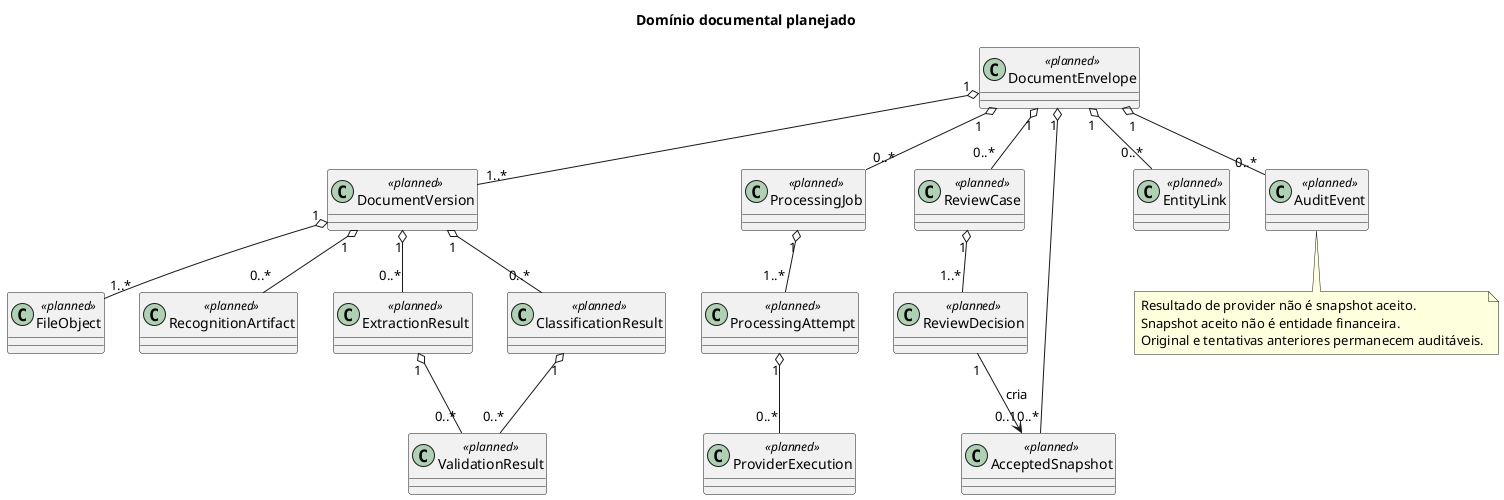
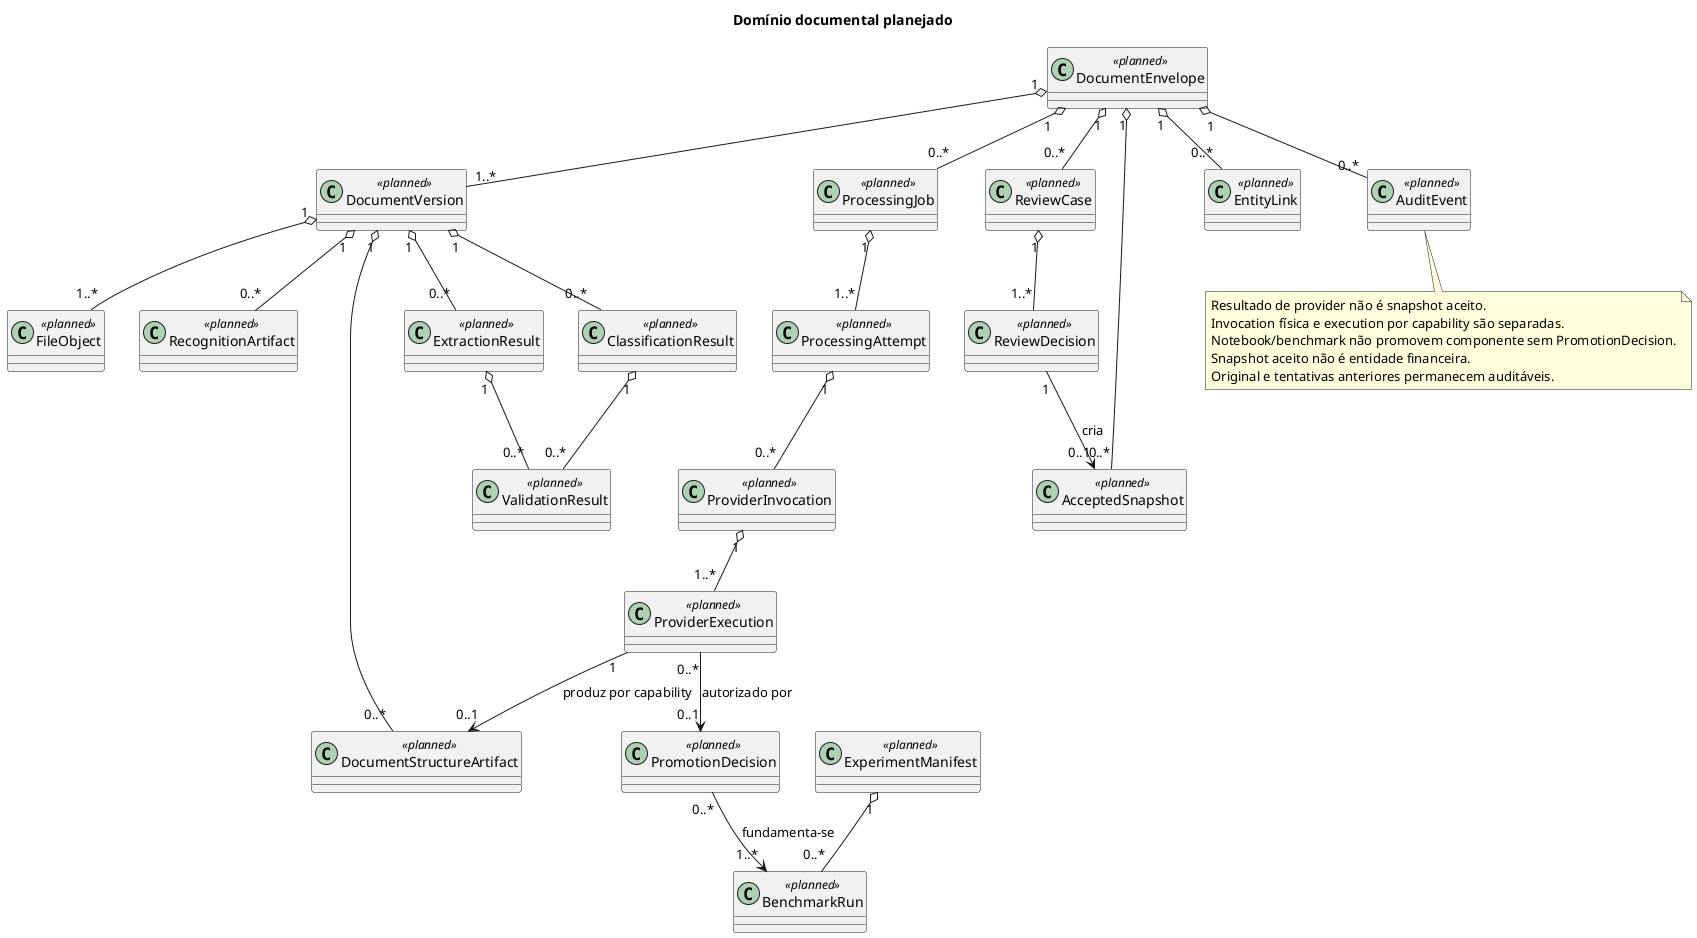
@startuml
- ' Issue #22
+ ' Issues #22, #73, #88 and #89
' Related ADRs: ADR-0010, ADR-0011, ADR-0012, ADR-0013, ADR-0015, ADR-0016 (proposed)
' Guardrail: conceptual model only; no class, table or schema is implemented.

title Domínio documental planejado

class DocumentEnvelope <<planned>>
class DocumentVersion <<planned>>
class FileObject <<planned>>
class ProcessingJob <<planned>>
class ProcessingAttempt <<planned>>
+ class ProviderInvocation <<planned>>
class ProviderExecution <<planned>>
class RecognitionArtifact <<planned>>
+ class DocumentStructureArtifact <<planned>>
+ class ExperimentManifest <<planned>>
+ class BenchmarkRun <<planned>>
+ class PromotionDecision <<planned>>
class ExtractionResult <<planned>>
class ClassificationResult <<planned>>
class ValidationResult <<planned>>
class ReviewCase <<planned>>
class ReviewDecision <<planned>>
class AcceptedSnapshot <<planned>>
class EntityLink <<planned>>
class AuditEvent <<planned>>

DocumentEnvelope "1" o-- "1..*" DocumentVersion
DocumentVersion "1" o-- "1..*" FileObject
DocumentEnvelope "1" o-- "0..*" ProcessingJob
ProcessingJob "1" o-- "1..*" ProcessingAttempt
- ProcessingAttempt "1" o-- "0..*" ProviderExecution
+ ProcessingAttempt "1" o-- "0..*" ProviderInvocation
+ ProviderInvocation "1" o-- "1..*" ProviderExecution
+ ProviderExecution "1" --> "0..1" DocumentStructureArtifact : produz por capability
DocumentVersion "1" o-- "0..*" RecognitionArtifact
+ DocumentVersion "1" o-- "0..*" DocumentStructureArtifact
DocumentVersion "1" o-- "0..*" ExtractionResult
DocumentVersion "1" o-- "0..*" ClassificationResult
ExtractionResult "1" o-- "0..*" ValidationResult
ClassificationResult "1" o-- "0..*" ValidationResult
DocumentEnvelope "1" o-- "0..*" ReviewCase
ReviewCase "1" o-- "1..*" ReviewDecision
ReviewDecision "1" --> "0..1" AcceptedSnapshot : cria
DocumentEnvelope "1" o-- "0..*" AcceptedSnapshot
DocumentEnvelope "1" o-- "0..*" EntityLink
DocumentEnvelope "1" o-- "0..*" AuditEvent
+ ExperimentManifest "1" o-- "0..*" BenchmarkRun
+ PromotionDecision "0..*" --> "1..*" BenchmarkRun : fundamenta-se
+ ProviderExecution "0..*" --> "0..1" PromotionDecision : autorizado por

note bottom
  Resultado de provider não é snapshot aceito.
+   Invocation física e execution por capability são separadas.
+   Notebook/benchmark não promovem componente sem PromotionDecision.
  Snapshot aceito não é entidade financeira.
  Original e tentativas anteriores permanecem auditáveis.
end note

@enduml
- 
